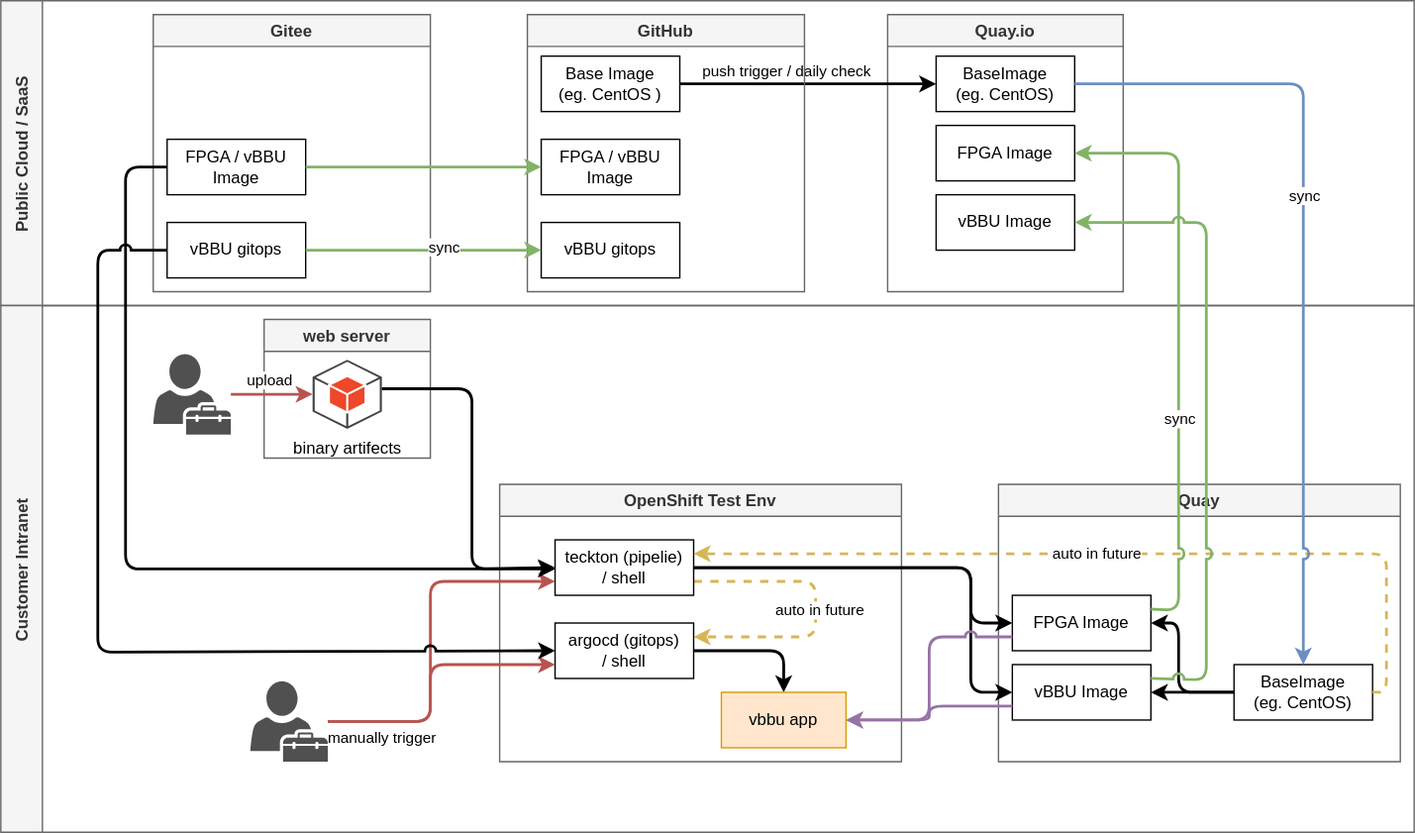
Above: redhat/ocp4/4.9/dia/4.9.ci.cd.design.drawio.svg in wangzheng422/docker_env (draw.io), before the change. Source tidied: cells renumbered, new cells last; positions are measured from the earlier drawing's top-left corner, leaving out a move shared by most shapes.
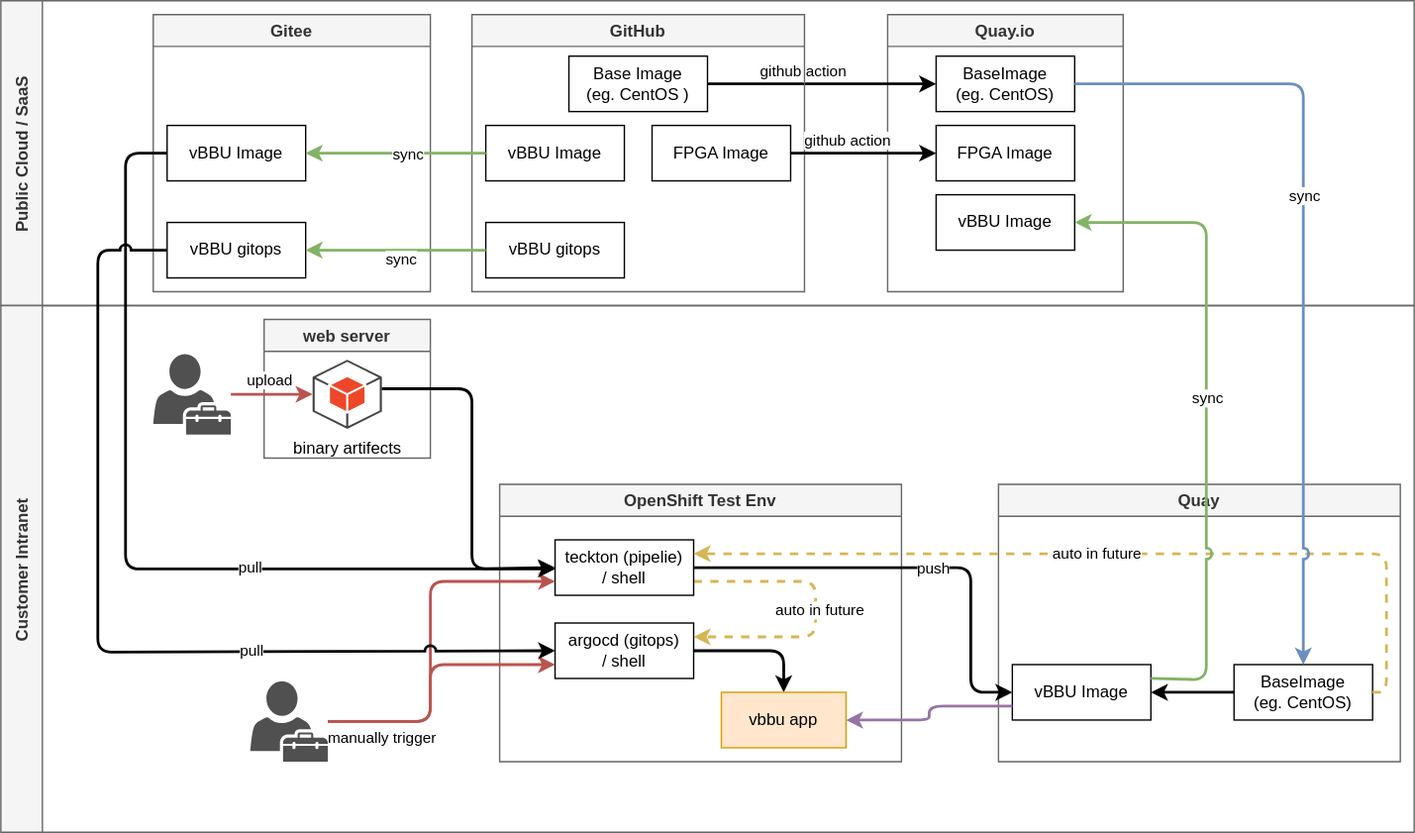
The same file after the commit.

Change to the diagram source:
```diff
@@ -8,8 +8,8 @@
     <mxCell id="3" value="Gitee" style="swimlane;fillColor=#f5f5f5;fontColor=#333333;strokeColor=#666666;" parent="2" vertex="1">
       <mxGeometry x="110" y="10" width="200" height="200" as="geometry" />
     </mxCell>
-    <mxCell id="4" value="FPGA / vBBU Image" style="rounded=0;whiteSpace=wrap;html=1;" parent="3" vertex="1">
-      <mxGeometry x="10" y="90" width="100" height="40" as="geometry" />
+    <mxCell id="4" value="vBBU Image" style="rounded=0;whiteSpace=wrap;html=1;" parent="3" vertex="1">
+      <mxGeometry x="10" y="80" width="100" height="40" as="geometry" />
     </mxCell>
     <mxCell id="5" value="vBBU gitops" style="rounded=0;whiteSpace=wrap;html=1;" parent="3" vertex="1">
       <mxGeometry x="10" y="150" width="100" height="40" as="geometry" />
@@ -29,33 +29,41 @@
     <mxCell id="10" style="edgeStyle=orthogonalEdgeStyle;rounded=1;jumpStyle=arc;html=1;entryX=0;entryY=0.5;entryDx=0;entryDy=0;strokeWidth=2;exitX=1;exitY=0.5;exitDx=0;exitDy=0;" parent="2" edge="1" source="13" target="7">
       <mxGeometry relative="1" as="geometry" />
     </mxCell>
-    <mxCell id="11" value="push trigger / daily&amp;nbsp;check" style="edgeLabel;html=1;align=center;verticalAlign=middle;" parent="10" vertex="1">
+    <mxCell id="11" value="github action" style="edgeLabel;html=1;align=center;verticalAlign=middle;" parent="10" vertex="1">
       <mxGeometry x="-0.15" relative="1" as="geometry">
         <mxPoint x="-2" y="-10" as="offset" />
       </mxGeometry>
     </mxCell>
     <mxCell id="12" value="GitHub" style="swimlane;fillColor=#f5f5f5;fontColor=#333333;strokeColor=#666666;" parent="2" vertex="1">
-      <mxGeometry x="380" y="10" width="200" height="200" as="geometry" />
+      <mxGeometry x="340" y="10" width="240" height="200" as="geometry" />
     </mxCell>
     <mxCell id="13" value="Base Image &lt;br&gt;(eg. CentOS )" style="rounded=0;whiteSpace=wrap;html=1;" parent="12" vertex="1">
-      <mxGeometry x="10" y="30" width="100" height="40" as="geometry" />
+      <mxGeometry x="70" y="30" width="100" height="40" as="geometry" />
     </mxCell>
-    <mxCell id="14" value="FPGA / vBBU Image" style="rounded=0;whiteSpace=wrap;html=1;" parent="12" vertex="1">
-      <mxGeometry x="10" y="90" width="100" height="40" as="geometry" />
+    <mxCell id="14" value="vBBU Image" style="rounded=0;whiteSpace=wrap;html=1;" parent="12" vertex="1">
+      <mxGeometry x="10" y="80" width="100" height="40" as="geometry" />
     </mxCell>
     <mxCell id="15" value="vBBU gitops" style="rounded=0;whiteSpace=wrap;html=1;" parent="12" vertex="1">
       <mxGeometry x="10" y="150" width="100" height="40" as="geometry" />
     </mxCell>
+    <mxCell id="25" value="FPGA Image" style="rounded=0;whiteSpace=wrap;html=1;" parent="12" vertex="1">
+      <mxGeometry x="130" y="80" width="100" height="40" as="geometry" />
+    </mxCell>
-    <mxCell id="16" style="edgeStyle=orthogonalEdgeStyle;rounded=1;jumpStyle=arc;html=1;entryX=0;entryY=0.5;entryDx=0;entryDy=0;fillColor=#d5e8d4;strokeColor=#82b366;strokeWidth=2;" parent="2" edge="1" target="14">
-      <mxGeometry relative="1" as="geometry">
-        <mxPoint x="220" y="120" as="sourcePoint" />
-        <Array as="points">
-          <mxPoint x="250" y="120" />
-          <mxPoint x="250" y="120" />
-        </Array>
-      </mxGeometry>
+    <mxCell id="16" style="edgeStyle=orthogonalEdgeStyle;rounded=1;jumpStyle=arc;html=1;fillColor=#d5e8d4;strokeColor=#82b366;strokeWidth=2;exitX=0;exitY=0.5;exitDx=0;exitDy=0;" parent="2" edge="1" source="14" target="4">
+      <mxGeometry relative="1" as="geometry" />
     </mxCell>
+    <mxCell id="55" value="sync" style="edgeLabel;html=1;align=center;verticalAlign=middle;" parent="16" vertex="1">
+      <mxGeometry x="-0.12" relative="1" as="geometry" />
+    </mxCell>
+    <mxCell id="48" style="edgeStyle=none;html=1;entryX=0;entryY=0.5;entryDx=0;entryDy=0;strokeWidth=2;" parent="2" edge="1" source="25" target="8">
+      <mxGeometry relative="1" as="geometry" />
+    </mxCell>
+    <mxCell id="56" value="github action" style="edgeLabel;html=1;align=center;verticalAlign=middle;" parent="48" vertex="1">
+      <mxGeometry x="-0.25" y="2" relative="1" as="geometry">
+        <mxPoint y="-8" as="offset" />
+      </mxGeometry>
+    </mxCell>
-    <mxCell id="17" style="edgeStyle=orthogonalEdgeStyle;html=1;entryX=0;entryY=0.5;entryDx=0;entryDy=0;strokeWidth=2;fillColor=#d5e8d4;strokeColor=#82b366;jumpStyle=arc;exitX=1;exitY=0.5;exitDx=0;exitDy=0;" parent="2" edge="1" source="5" target="15">
+    <mxCell id="17" style="edgeStyle=orthogonalEdgeStyle;html=1;entryX=1;entryY=0.5;entryDx=0;entryDy=0;strokeWidth=2;fillColor=#d5e8d4;strokeColor=#82b366;jumpStyle=arc;exitX=0;exitY=0.5;exitDx=0;exitDy=0;" parent="2" edge="1" source="15" target="5">
       <mxGeometry relative="1" as="geometry">
         <Array as="points">
           <mxPoint x="290" y="180" />
@@ -65,7 +73,7 @@
     </mxCell>
     <mxCell id="18" value="sync" style="edgeLabel;html=1;align=center;verticalAlign=middle;" parent="17" vertex="1">
       <mxGeometry x="0.01" y="3" relative="1" as="geometry">
-        <mxPoint x="13" as="offset" />
+        <mxPoint x="4" y="3" as="offset" />
       </mxGeometry>
     </mxCell>
     <mxCell id="19" value="Customer Intranet" style="swimlane;horizontal=0;startSize=30;fillColor=#f5f5f5;fontColor=#333333;strokeColor=#666666;" parent="1" vertex="1">
@@ -74,14 +82,6 @@
     <mxCell id="20" value="Quay" style="swimlane;fillColor=#f5f5f5;fontColor=#333333;strokeColor=#666666;" parent="19" vertex="1">
       <mxGeometry x="720" y="129" width="290" height="200" as="geometry" />
     </mxCell>
-    <mxCell id="21" style="edgeStyle=orthogonalEdgeStyle;rounded=1;jumpStyle=arc;html=1;entryX=1;entryY=0.5;entryDx=0;entryDy=0;strokeWidth=2;" parent="20" edge="1" source="23" target="25">
-      <mxGeometry relative="1" as="geometry">
-        <Array as="points">
-          <mxPoint x="130" y="150" />
-          <mxPoint x="130" y="100" />
-        </Array>
-      </mxGeometry>
-    </mxCell>
     <mxCell id="22" style="edgeStyle=orthogonalEdgeStyle;rounded=1;jumpStyle=arc;html=1;entryX=1;entryY=0.5;entryDx=0;entryDy=0;strokeWidth=2;" parent="20" edge="1" source="23" target="24">
       <mxGeometry relative="1" as="geometry" />
     </mxCell>
@@ -91,9 +91,6 @@
     <mxCell id="24" value="vBBU Image" style="rounded=0;whiteSpace=wrap;html=1;" parent="20" vertex="1">
       <mxGeometry x="10" y="130" width="100" height="40" as="geometry" />
     </mxCell>
-    <mxCell id="25" value="FPGA Image" style="rounded=0;whiteSpace=wrap;html=1;" parent="20" vertex="1">
-      <mxGeometry x="10" y="80" width="100" height="40" as="geometry" />
-    </mxCell>
     <mxCell id="26" value="OpenShift Test Env" style="swimlane;fillColor=#f5f5f5;fontColor=#333333;strokeColor=#666666;" parent="19" vertex="1">
       <mxGeometry x="360" y="129" width="290" height="200" as="geometry" />
     </mxCell>
@@ -122,14 +119,6 @@
     <mxCell id="32" value="vbbu app" style="rounded=0;whiteSpace=wrap;html=1;fillColor=#ffe6cc;strokeColor=#d79b00;" parent="26" vertex="1">
       <mxGeometry x="160" y="150" width="90" height="40" as="geometry" />
     </mxCell>
-    <mxCell id="33" style="edgeStyle=orthogonalEdgeStyle;rounded=1;jumpStyle=arc;html=1;entryX=0;entryY=0.5;entryDx=0;entryDy=0;strokeWidth=2;" parent="19" edge="1" source="29" target="25">
-      <mxGeometry relative="1" as="geometry">
-        <Array as="points">
-          <mxPoint x="700" y="189" />
-          <mxPoint x="700" y="229" />
-        </Array>
-      </mxGeometry>
-    </mxCell>
     <mxCell id="34" style="edgeStyle=orthogonalEdgeStyle;rounded=1;jumpStyle=arc;html=1;entryX=0;entryY=0.5;entryDx=0;entryDy=0;strokeWidth=2;" parent="19" edge="1" source="29" target="24">
       <mxGeometry relative="1" as="geometry">
         <Array as="points">
@@ -138,14 +127,9 @@
         </Array>
       </mxGeometry>
     </mxCell>
-    <mxCell id="35" style="edgeStyle=orthogonalEdgeStyle;rounded=1;jumpStyle=arc;html=1;exitX=0;exitY=0.75;exitDx=0;exitDy=0;entryX=1;entryY=0.5;entryDx=0;entryDy=0;fillColor=#e1d5e7;strokeColor=#9673a6;strokeWidth=2;" parent="19" edge="1" source="25" target="32">
-      <mxGeometry relative="1" as="geometry">
-        <Array as="points">
-          <mxPoint x="670" y="239" />
-          <mxPoint x="670" y="299" />
-        </Array>
-      </mxGeometry>
-    </mxCell>
+    <mxCell id="57" value="push" style="edgeLabel;html=1;align=center;verticalAlign=middle;" parent="34" vertex="1">
+      <mxGeometry x="0.07" relative="1" as="geometry" />
+    </mxCell>
     <mxCell id="36" style="edgeStyle=orthogonalEdgeStyle;rounded=1;jumpStyle=arc;html=1;entryX=1;entryY=0.5;entryDx=0;entryDy=0;exitX=0;exitY=0.75;exitDx=0;exitDy=0;fillColor=#e1d5e7;strokeColor=#9673a6;strokeWidth=2;" parent="19" edge="1" source="24" target="32">
       <mxGeometry relative="1" as="geometry">
         <Array as="points">
@@ -211,18 +195,6 @@
         <mxPoint x="-27" as="offset" />
       </mxGeometry>
     </mxCell>
-    <mxCell id="48" style="edgeStyle=orthogonalEdgeStyle;rounded=1;jumpStyle=arc;html=1;entryX=1;entryY=0.5;entryDx=0;entryDy=0;exitX=1;exitY=0.25;exitDx=0;exitDy=0;fillColor=#d5e8d4;strokeColor=#82b366;strokeWidth=2;" parent="1" edge="1" source="25" target="8">
-      <mxGeometry relative="1" as="geometry">
-        <Array as="points">
-          <mxPoint x="830" y="440" />
-          <mxPoint x="850" y="440" />
-          <mxPoint x="850" y="110" />
-        </Array>
-      </mxGeometry>
-    </mxCell>
-    <mxCell id="49" value="sync" style="edgeLabel;html=1;align=center;verticalAlign=middle;" parent="48" vertex="1">
-      <mxGeometry x="-0.25" relative="1" as="geometry" />
-    </mxCell>
     <mxCell id="50" style="edgeStyle=orthogonalEdgeStyle;rounded=1;jumpStyle=arc;html=1;entryX=1;entryY=0.5;entryDx=0;entryDy=0;exitX=1;exitY=0.25;exitDx=0;exitDy=0;fillColor=#d5e8d4;strokeColor=#82b366;strokeWidth=2;" parent="1" edge="1" source="24" target="9">
       <mxGeometry relative="1" as="geometry">
         <Array as="points">
@@ -232,6 +204,11 @@
         </Array>
       </mxGeometry>
     </mxCell>
+    <mxCell id="58" value="sync" style="edgeLabel;html=1;align=center;verticalAlign=middle;" parent="50" vertex="1">
+      <mxGeometry x="0.05" y="1" relative="1" as="geometry">
+        <mxPoint x="1" as="offset" />
+      </mxGeometry>
+    </mxCell>
     <mxCell id="51" style="edgeStyle=orthogonalEdgeStyle;rounded=1;jumpStyle=arc;html=1;entryX=0.5;entryY=0;entryDx=0;entryDy=0;exitX=1;exitY=0.5;exitDx=0;exitDy=0;fillColor=#dae8fc;strokeColor=#6c8ebf;strokeWidth=2;" parent="1" edge="1" source="7" target="23">
       <mxGeometry relative="1" as="geometry" />
     </mxCell>
@@ -243,11 +220,16 @@
     <mxCell id="53" style="html=1;anchorPointDirection=1;edgeStyle=orthogonalEdgeStyle;rounded=1;jumpStyle=arc;exitX=0;exitY=0.5;exitDx=0;exitDy=0;strokeWidth=2;" parent="1" edge="1" source="4" target="29">
       <mxGeometry relative="1" as="geometry">
         <Array as="points">
-          <mxPoint x="90" y="120" />
+          <mxPoint x="90" y="110" />
           <mxPoint x="90" y="410" />
         </Array>
       </mxGeometry>
     </mxCell>
+    <mxCell id="59" value="pull" style="edgeLabel;html=1;align=center;verticalAlign=middle;" parent="53" vertex="1">
+      <mxGeometry x="0.31" y="2" relative="1" as="geometry">
+        <mxPoint x="1" as="offset" />
+      </mxGeometry>
+    </mxCell>
     <mxCell id="54" style="edgeStyle=orthogonalEdgeStyle;rounded=1;jumpStyle=arc;html=1;entryX=0;entryY=0.5;entryDx=0;entryDy=0;strokeWidth=2;exitX=0;exitY=0.5;exitDx=0;exitDy=0;" parent="1" edge="1" source="5" target="31">
       <mxGeometry x="-0.55" y="-10" relative="1" as="geometry">
         <Array as="points">
@@ -256,5 +238,8 @@
         </Array>
       </mxGeometry>
     </mxCell>
+    <mxCell id="60" value="pull" style="edgeLabel;html=1;align=center;verticalAlign=middle;" parent="54" vertex="1">
+      <mxGeometry x="0.34" y="1" relative="1" as="geometry" />
+    </mxCell>
   </root>
 </mxGraphModel>
```
